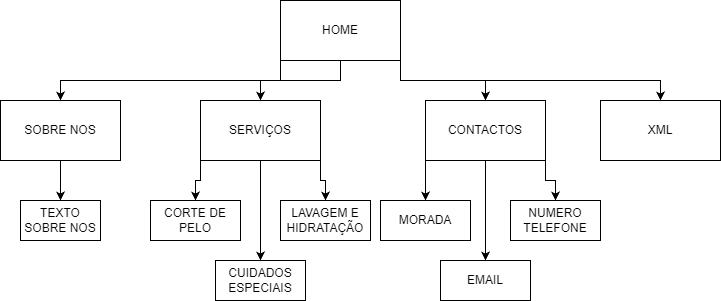
This is doc/ficheiros/sitemap.png from Goncalves745/inf22tig11, a draw.io export, as it was before one commit. Source tidied: cells renumbered, new cells last; positions are measured from the earlier drawing's top-left corner, leaving out a move shared by most shapes.
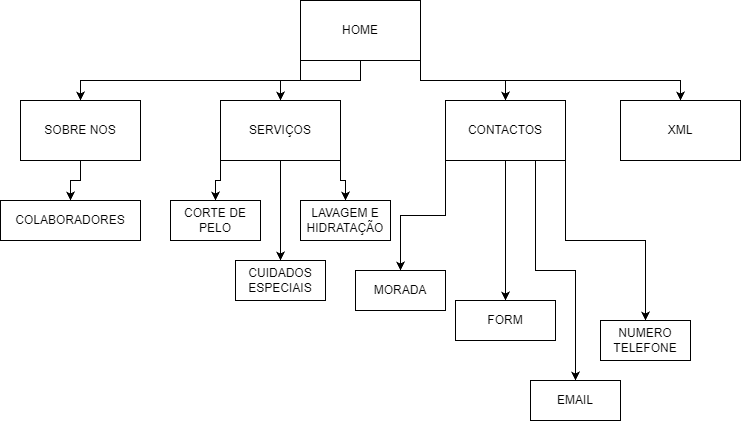
The same file after the commit.

Change to the diagram source:
```diff
@@ -1,4 +1,4 @@
-<mxGraphModel>
+<mxGraphModel background="#0a0a0a">
   <root>
     <mxCell id="0" />
     <mxCell id="1" parent="0" />
@@ -35,7 +35,7 @@
     <mxCell id="12" value="SERVIÇOS" style="rounded=0;whiteSpace=wrap;html=1;" parent="1" vertex="1">
       <mxGeometry x="200" y="100" width="120" height="60" as="geometry" />
     </mxCell>
-    <mxCell id="13" style="edgeStyle=orthogonalEdgeStyle;rounded=0;jettySize=auto;html=1;exitX=0.5;exitY=1;exitDx=0;exitDy=0;entryX=0.5;entryY=0;entryDx=0;entryDy=0;" parent="1" edge="1" source="16" target="24">
+    <mxCell id="13" style="edgeStyle=orthogonalEdgeStyle;rounded=0;jettySize=auto;html=1;exitX=0.75;exitY=1;exitDx=0;exitDy=0;entryX=0.5;entryY=0;entryDx=0;entryDy=0;" parent="1" edge="1" source="16" target="24">
       <mxGeometry relative="1" as="geometry" />
     </mxCell>
     <mxCell id="14" style="edgeStyle=orthogonalEdgeStyle;rounded=0;jettySize=auto;html=1;exitX=1;exitY=1;exitDx=0;exitDy=0;entryX=0.5;entryY=0;entryDx=0;entryDy=0;" parent="1" edge="1" source="16" target="22">
@@ -50,8 +50,8 @@
     <mxCell id="17" value="XML" style="rounded=0;whiteSpace=wrap;html=1;" parent="1" vertex="1">
       <mxGeometry x="600" y="100" width="120" height="60" as="geometry" />
     </mxCell>
-    <mxCell id="18" value="TEXTO SOBRE NOS" style="rounded=0;whiteSpace=wrap;html=1;" parent="1" vertex="1">
-      <mxGeometry x="20" y="200" width="80" height="40" as="geometry" />
+    <mxCell id="18" value="COLABORADORES&lt;br&gt;" style="rounded=0;whiteSpace=wrap;html=1;" parent="1" vertex="1">
+      <mxGeometry x="-20" y="200" width="140" height="40" as="geometry" />
     </mxCell>
     <mxCell id="19" value="CORTE DE PELO" style="rounded=0;whiteSpace=wrap;html=1;" parent="1" vertex="1">
       <mxGeometry x="150" y="200" width="90" height="40" as="geometry" />
@@ -63,13 +63,19 @@
       <mxGeometry x="215" y="260" width="90" height="40" as="geometry" />
     </mxCell>
     <mxCell id="22" value="NUMERO TELEFONE" style="rounded=0;whiteSpace=wrap;html=1;" parent="1" vertex="1">
-      <mxGeometry x="510" y="200" width="90" height="40" as="geometry" />
+      <mxGeometry x="580" y="320" width="90" height="40" as="geometry" />
     </mxCell>
     <mxCell id="23" value="MORADA" style="rounded=0;whiteSpace=wrap;html=1;" parent="1" vertex="1">
-      <mxGeometry x="380" y="200" width="90" height="40" as="geometry" />
+      <mxGeometry x="335" y="270" width="90" height="40" as="geometry" />
     </mxCell>
     <mxCell id="24" value="EMAIL" style="rounded=0;whiteSpace=wrap;html=1;" parent="1" vertex="1">
-      <mxGeometry x="440" y="260" width="90" height="40" as="geometry" />
+      <mxGeometry x="510" y="380" width="90" height="40" as="geometry" />
     </mxCell>
+    <mxCell id="25" style="edgeStyle=orthogonalEdgeStyle;rounded=0;jettySize=auto;html=1;exitX=0.5;exitY=1;exitDx=0;exitDy=0;entryX=0.5;entryY=0;entryDx=0;entryDy=0;" parent="1" edge="1" source="16" target="26">
+      <mxGeometry relative="1" as="geometry" />
+    </mxCell>
+    <mxCell id="26" value="FORM" style="whiteSpace=wrap;html=1;" parent="1" vertex="1">
+      <mxGeometry x="435" y="300" width="100" height="40" as="geometry" />
+    </mxCell>
   </root>
 </mxGraphModel>
```
